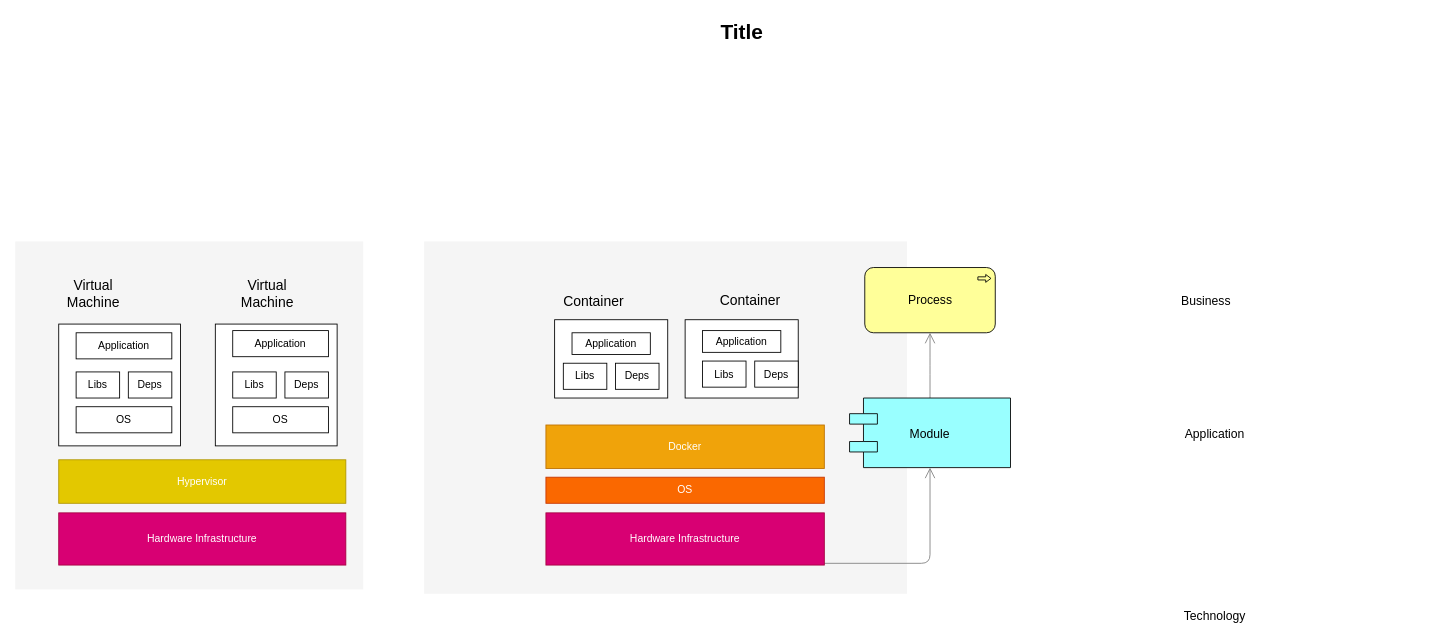
Earlier version of the draw.io diagram DOCKER/Introduction/Untitled Diagram.drawio (PankajSAgarwal/Devops). Source tidied: cells renumbered, new cells numbered last; positions are measured from the earlier drawing's top-left corner, leaving out a move shared by most shapes. Both pictures are drawn from the tidied source at 87%, with x=0, y=0 at pixel (15, 15).
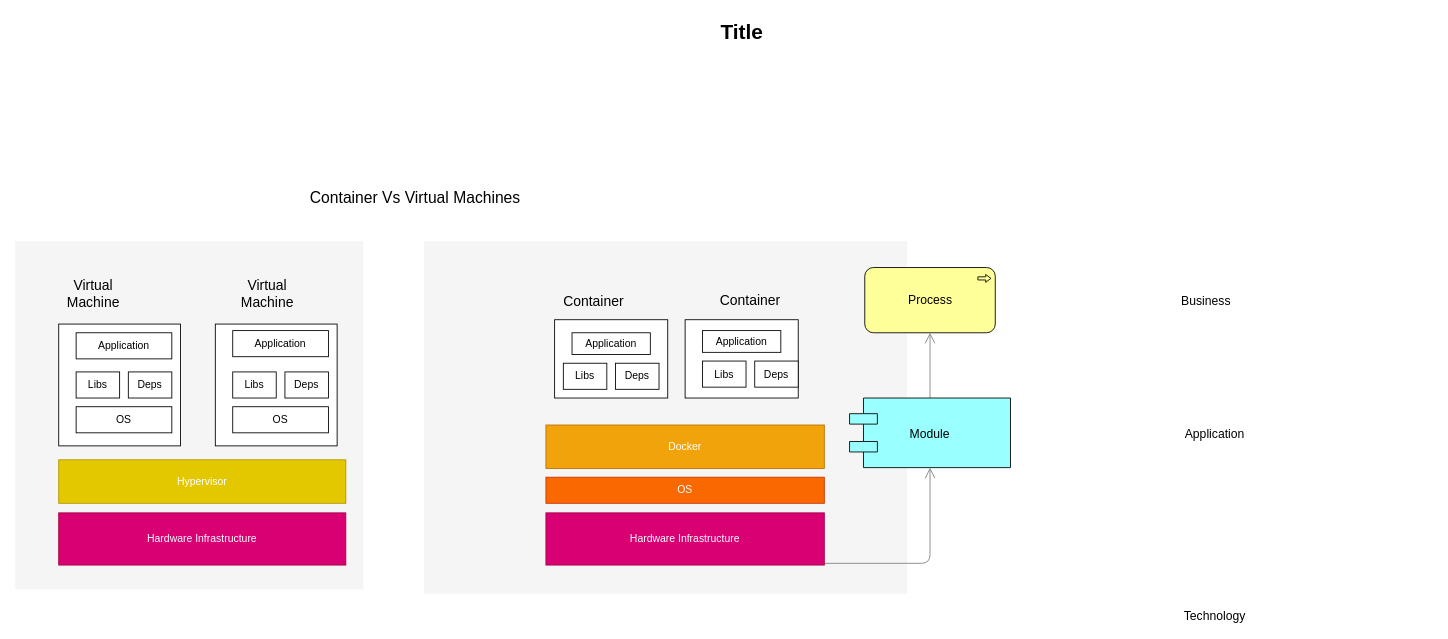
Above is the later version.

Commit message:
Container Vs Virtual Machines

Change to the diagram source:
```diff
@@
+    <mxCell id="40" value="&lt;font style=&quot;font-size: 18px&quot;&gt;Container Vs Virtual Machines&lt;/font&gt;" style="text;html=1;strokeColor=none;fillColor=none;align=center;verticalAlign=middle;whiteSpace=wrap;rounded=0;" parent="1" vertex="1">
+      <mxGeometry x="230" y="180" width="460" height="60" as="geometry" />
+    </mxCell>
```
